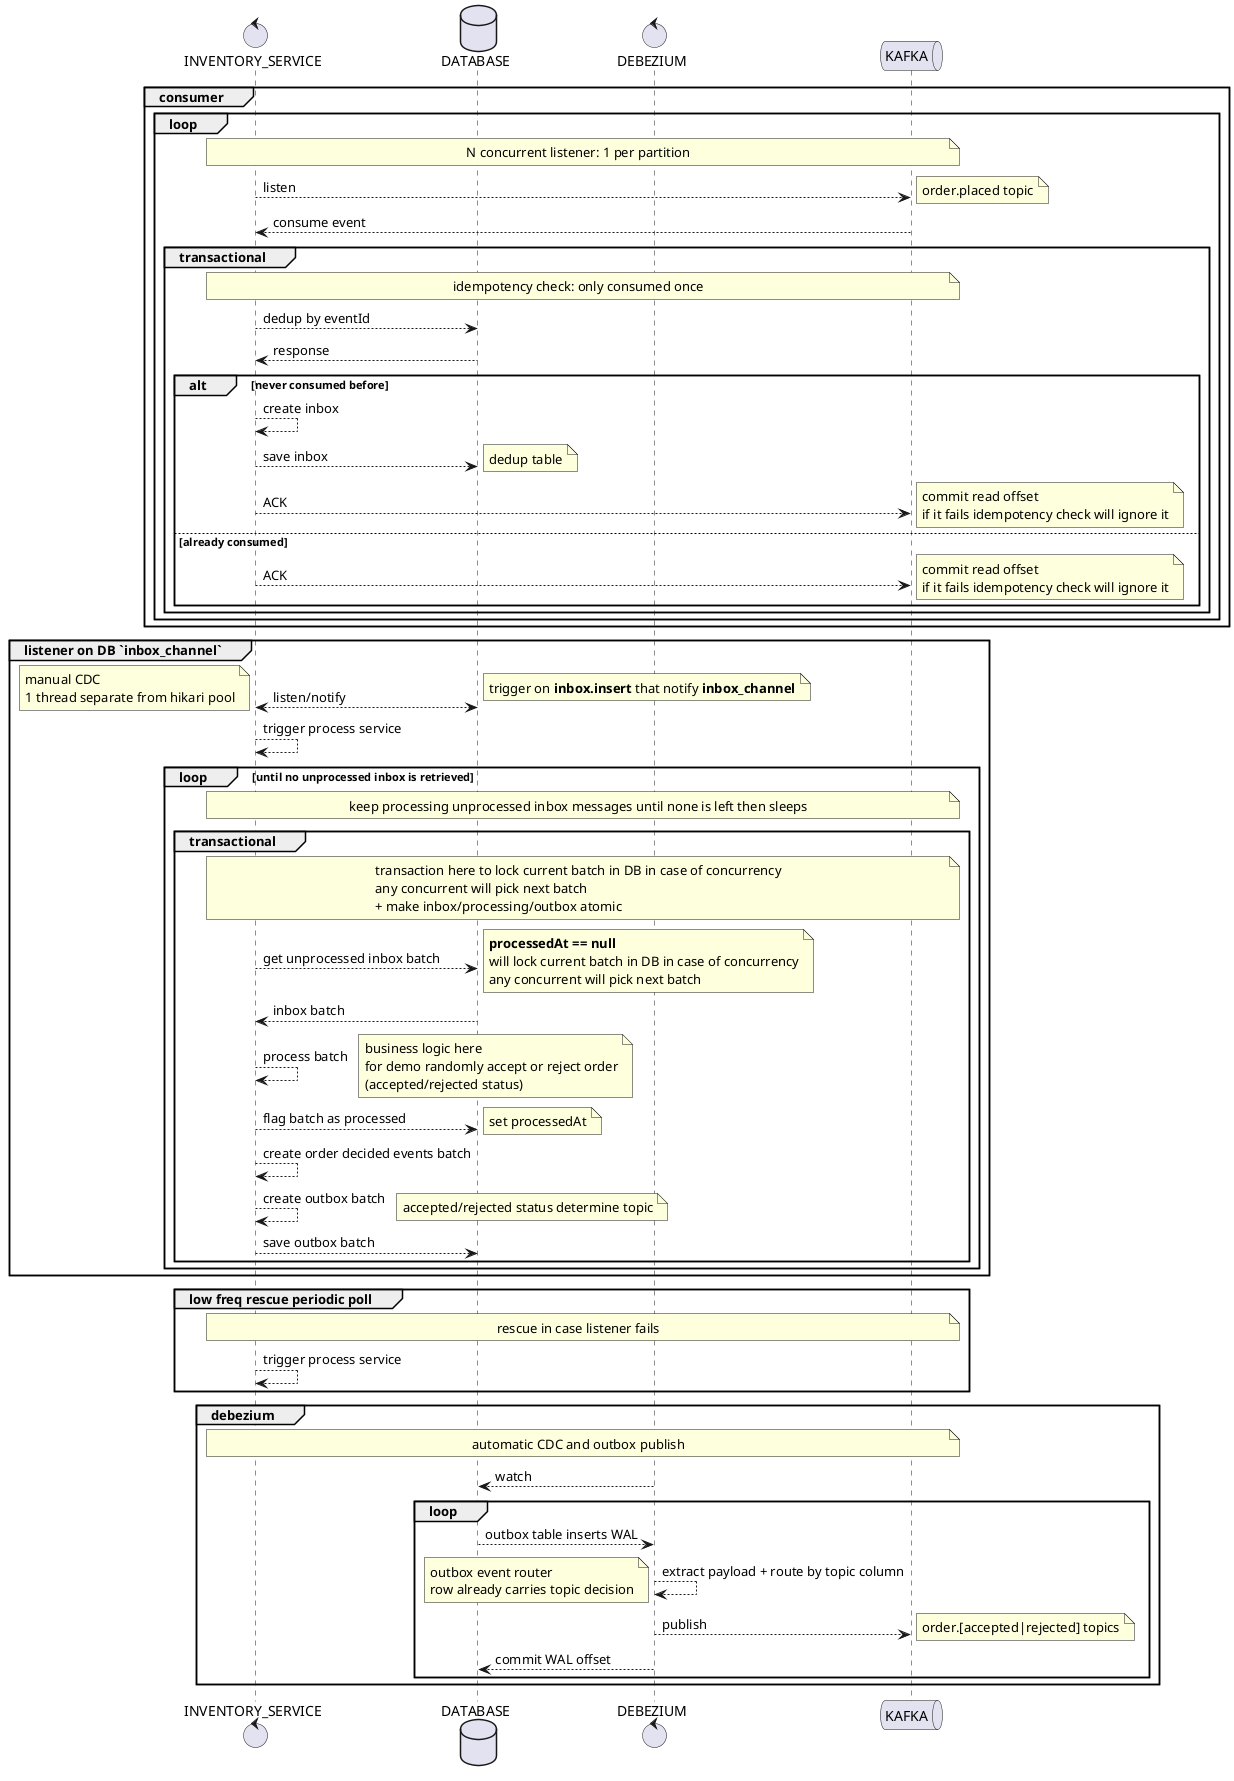
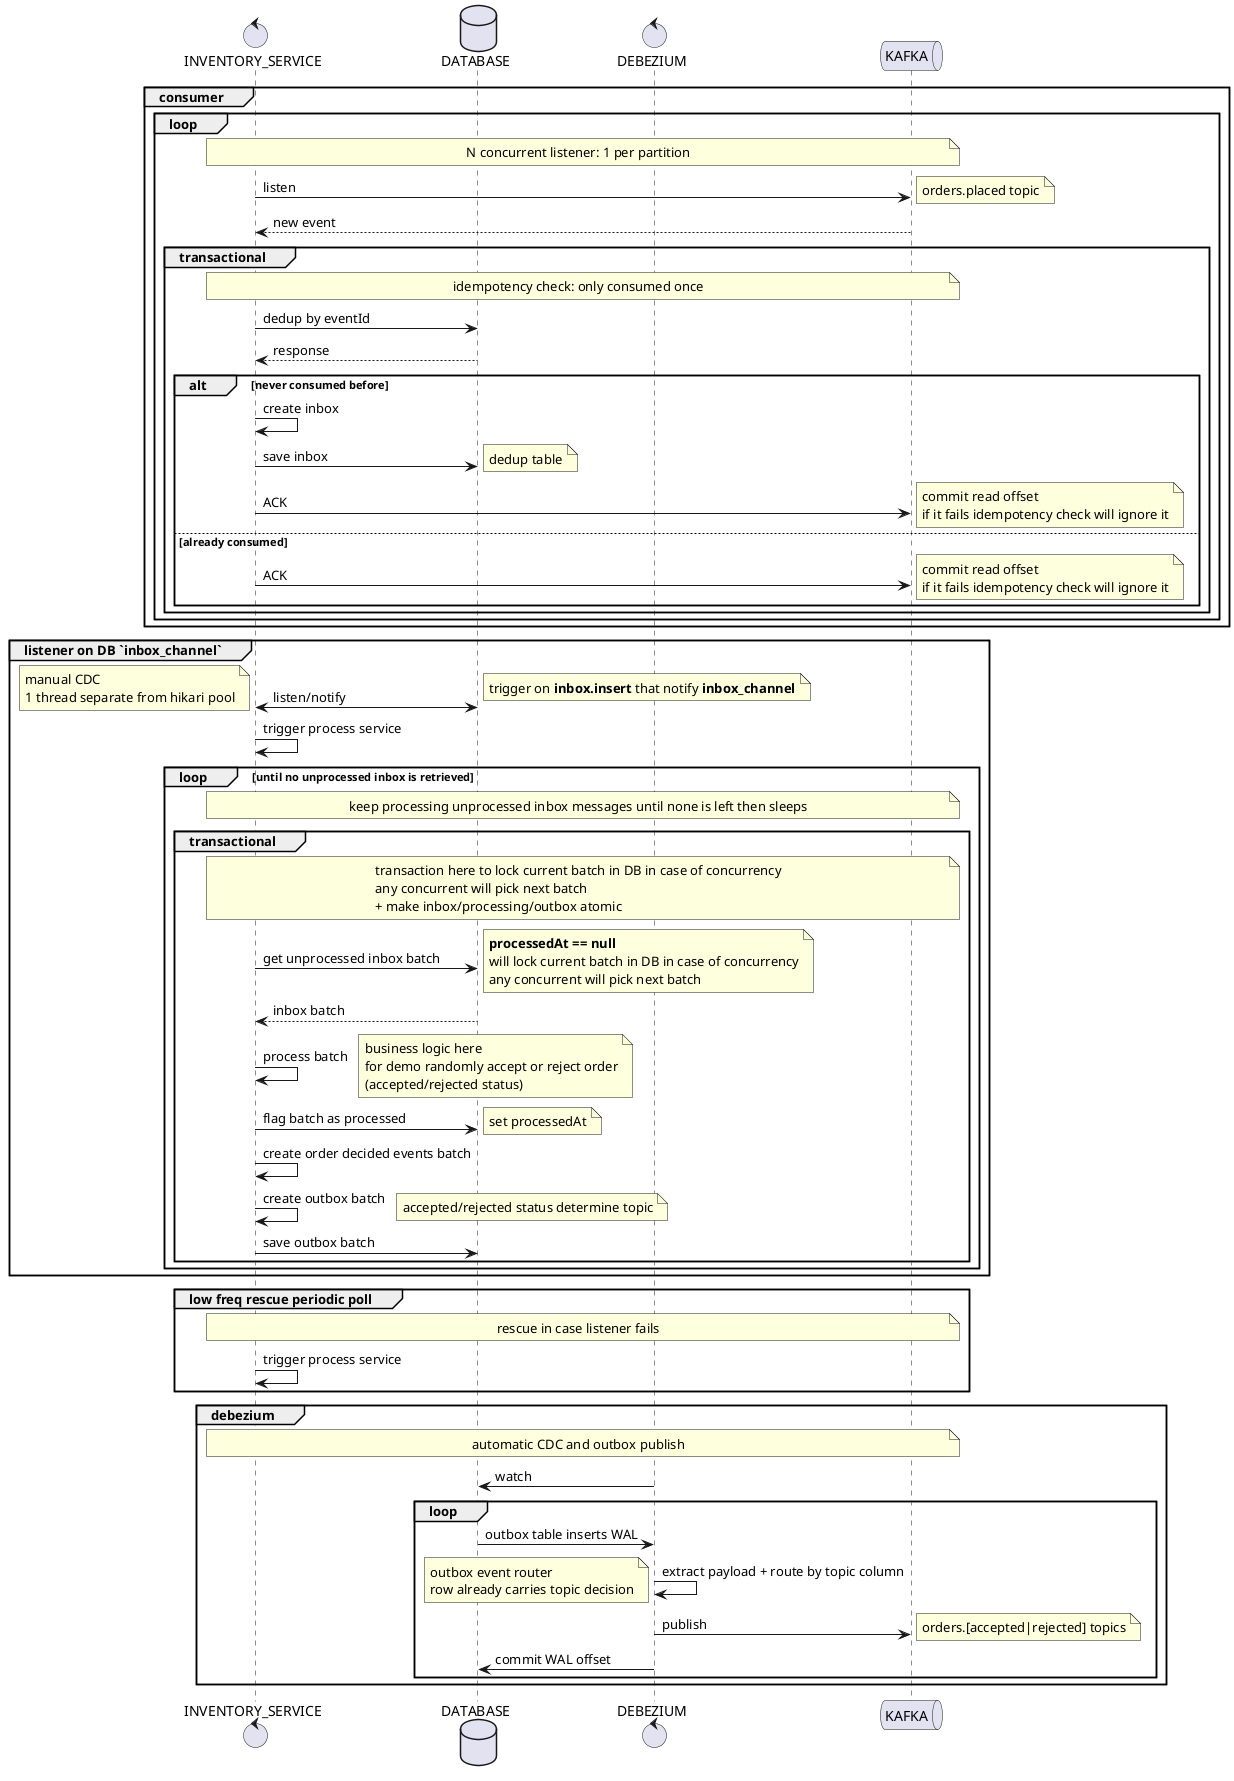
@startuml
control INVENTORY_SERVICE as SERVICE
database DATABASE as DB
control DEBEZIUM as Z
queue KAFKA as K

group consumer
    loop
        note across: N concurrent listener: 1 per partition
-         SERVICE --> K: listen
-         note right: order.placed topic
-         K --> SERVICE: consume event
+         SERVICE -> K: listen
+         note right: orders.placed topic
+         K --> SERVICE: new event
        group transactional
            note across: idempotency check: only consumed once
-             SERVICE --> DB: dedup by eventId
+             SERVICE -> DB: dedup by eventId
            DB --> SERVICE: response
            alt never consumed before
-                 SERVICE --> SERVICE: create inbox
-                 SERVICE --> DB: save inbox
+                 SERVICE -> SERVICE: create inbox
+                 SERVICE -> DB: save inbox
                note right: dedup table
-                 SERVICE --> K: ACK
+                 SERVICE -> K: ACK
                note right: commit read offset\nif it fails idempotency check will ignore it
            else already consumed
-                 SERVICE --> K: ACK
+                 SERVICE -> K: ACK
                note right: commit read offset\nif it fails idempotency check will ignore it
            end
        end
    end
end

group listener on DB `inbox_channel`
-     SERVICE <--> DB: listen/notify
+     SERVICE <-> DB: listen/notify
    note left: manual CDC\n1 thread separate from hikari pool
    note right: trigger on **inbox.insert** that notify **inbox_channel**
-     SERVICE --> SERVICE: trigger process service
+     SERVICE -> SERVICE: trigger process service
    loop until no unprocessed inbox is retrieved
        note across: keep processing unprocessed inbox messages until none is left then sleeps
        group transactional
            note across: transaction here to lock current batch in DB in case of concurrency\nany concurrent will pick next batch\n+ make inbox/processing/outbox atomic
-             SERVICE --> DB: get unprocessed inbox batch
+             SERVICE -> DB: get unprocessed inbox batch
            note right: **processedAt == null**\nwill lock current batch in DB in case of concurrency\nany concurrent will pick next batch
            DB --> SERVICE: inbox batch
-             SERVICE --> SERVICE: process batch
+             SERVICE -> SERVICE: process batch
            note right: business logic here\nfor demo randomly accept or reject order\n(accepted/rejected status)
-             SERVICE --> DB: flag batch as processed
+             SERVICE -> DB: flag batch as processed
            note right: set processedAt
-             SERVICE --> SERVICE: create order decided events batch
-             SERVICE --> SERVICE: create outbox batch
+             SERVICE -> SERVICE: create order decided events batch
+             SERVICE -> SERVICE: create outbox batch
            note right: accepted/rejected status determine topic
-             SERVICE --> DB: save outbox batch
+             SERVICE -> DB: save outbox batch
        end
    end
end

group low freq rescue periodic poll
    note across: rescue in case listener fails
-     SERVICE --> SERVICE: trigger process service
+     SERVICE -> SERVICE: trigger process service
end

group debezium
    note across: automatic CDC and outbox publish
-     Z --> DB: watch
+     Z -> DB: watch
    loop
-         DB --> Z: outbox table inserts WAL
-         Z --> Z: extract payload + route by topic column
+         DB -> Z: outbox table inserts WAL
+         Z -> Z: extract payload + route by topic column
        note left: outbox event router\nrow already carries topic decision
-         Z --> K: publish
-         note right: order.[accepted|rejected] topics
-         Z --> DB: commit WAL offset
+         Z -> K: publish
+         note right: orders.[accepted|rejected] topics
+         Z -> DB: commit WAL offset
    end
end
@enduml
